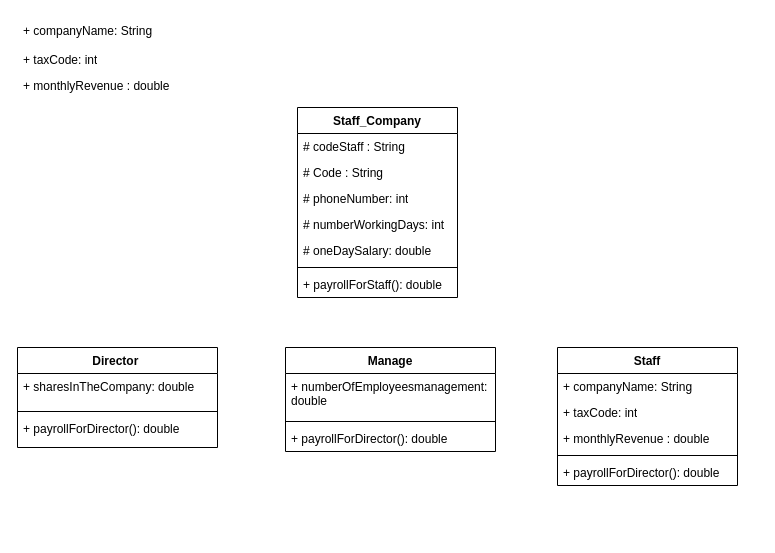
The draw.io diagram ly_thuyet/Untitled Diagram.drawio in dangphuc1902/java_cybersoft, before the edit. Source tidied: cells renumbered, new cells numbered last; positions are measured from the earlier drawing's top-left corner, leaving out a move shared by most shapes. Both pictures are drawn from the tidied source at 100%, with x=0, y=0 at pixel (17, 17).
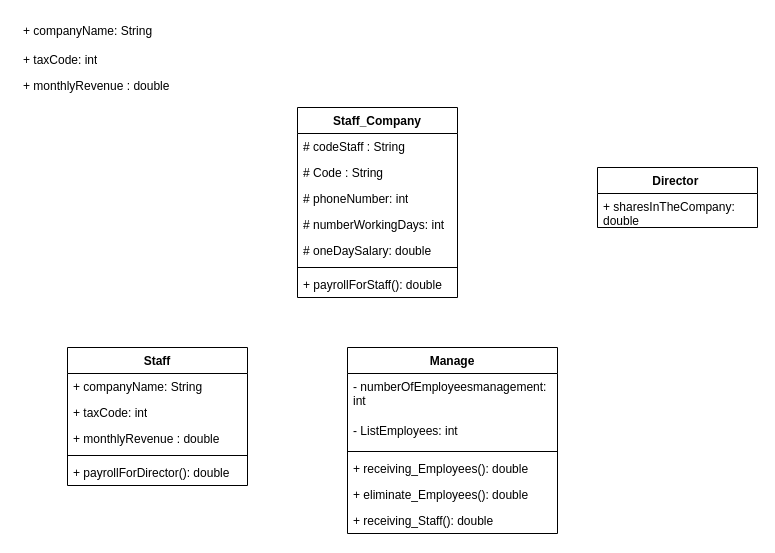
After the change.

Diff of the diagram source:
```diff
@@
     <mxCell id="10" value="Director&amp;nbsp;" style="swimlane;fontStyle=1;align=center;verticalAlign=top;horizontal=1;startSize=26;whiteSpace=wrap;html=1;" parent="1" vertex="1">
-      <mxGeometry y="330" width="200" height="100" as="geometry" />
+      <mxGeometry x="580" y="150" width="160" height="60" as="geometry" />
     </mxCell>
     <mxCell id="11" value="+ sharesInTheCompany: double" style="text;strokeColor=none;fillColor=none;align=left;verticalAlign=top;spacingLeft=4;spacingRight=4;overflow=hidden;whiteSpace=wrap;html=1;" parent="10" vertex="1">
-      <mxGeometry y="26" width="200" height="34" as="geometry" />
+      <mxGeometry y="26" width="160" height="34" as="geometry" />
     </mxCell>
-    <mxCell id="12" style="line;strokeWidth=1;fillColor=none;align=left;verticalAlign=middle;spacingTop=-1;spacingLeft=3;spacingRight=3;labelPosition=right;strokeColor=inherit;" parent="10" vertex="1">
-      <mxGeometry y="60" width="200" height="8" as="geometry" />
-    </mxCell>
-    <mxCell id="13" value="+ payrollForDirector(): double" style="text;strokeColor=none;fillColor=none;align=left;verticalAlign=top;spacingLeft=4;spacingRight=4;overflow=hidden;whiteSpace=wrap;html=1;" parent="10" vertex="1">
-      <mxGeometry y="68" width="200" height="32" as="geometry" />
-    </mxCell>
     <mxCell id="14" value="Manage&lt;br&gt;" style="swimlane;fontStyle=1;align=center;verticalAlign=top;horizontal=1;startSize=26;whiteSpace=wrap;html=1;" parent="1" vertex="1">
-      <mxGeometry x="268" y="330" width="210" height="104" as="geometry" />
+      <mxGeometry x="330" y="330" width="210" height="186" as="geometry" />
     </mxCell>
-    <mxCell id="15" value="+ numberOfEmployeesmanagement: double" style="text;strokeColor=none;fillColor=none;align=left;verticalAlign=top;spacingLeft=4;spacingRight=4;overflow=hidden;whiteSpace=wrap;html=1;" parent="14" vertex="1">
+    <mxCell id="15" value="- numberOfEmployeesmanagement: int" style="text;strokeColor=none;fillColor=none;align=left;verticalAlign=top;spacingLeft=4;spacingRight=4;overflow=hidden;whiteSpace=wrap;html=1;" parent="14" vertex="1">
       <mxGeometry y="26" width="210" height="44" as="geometry" />
     </mxCell>
+    <mxCell id="27" value="- ListEmployees: int" style="text;strokeColor=none;fillColor=none;align=left;verticalAlign=top;spacingLeft=4;spacingRight=4;overflow=hidden;whiteSpace=wrap;html=1;" parent="14" vertex="1">
+      <mxGeometry y="70" width="210" height="30" as="geometry" />
+    </mxCell>
     <mxCell id="16" style="line;strokeWidth=1;fillColor=none;align=left;verticalAlign=middle;spacingTop=-1;spacingLeft=3;spacingRight=3;labelPosition=right;strokeColor=inherit;" parent="14" vertex="1">
-      <mxGeometry y="70" width="210" height="8" as="geometry" />
+      <mxGeometry y="100" width="210" height="8" as="geometry" />
     </mxCell>
-    <mxCell id="17" value="+ payrollForDirector(): double" style="text;strokeColor=none;fillColor=none;align=left;verticalAlign=top;spacingLeft=4;spacingRight=4;overflow=hidden;whiteSpace=wrap;html=1;" parent="14" vertex="1">
-      <mxGeometry y="78" width="210" height="26" as="geometry" />
+    <mxCell id="17" value="+ receiving_Employees(): double" style="text;strokeColor=none;fillColor=none;align=left;verticalAlign=top;spacingLeft=4;spacingRight=4;overflow=hidden;whiteSpace=wrap;html=1;" parent="14" vertex="1">
+      <mxGeometry y="108" width="210" height="26" as="geometry" />
     </mxCell>
+    <mxCell id="28" value="+ eliminate_Employees(): double" style="text;strokeColor=none;fillColor=none;align=left;verticalAlign=top;spacingLeft=4;spacingRight=4;overflow=hidden;whiteSpace=wrap;html=1;" parent="14" vertex="1">
+      <mxGeometry y="134" width="210" height="26" as="geometry" />
+    </mxCell>
+    <mxCell id="29" value="+ receiving_Staff(): double" style="text;strokeColor=none;fillColor=none;align=left;verticalAlign=top;spacingLeft=4;spacingRight=4;overflow=hidden;whiteSpace=wrap;html=1;" parent="14" vertex="1">
+      <mxGeometry y="160" width="210" height="26" as="geometry" />
+    </mxCell>
     <mxCell id="18" value="Staff&lt;br&gt;" style="swimlane;fontStyle=1;align=center;verticalAlign=top;horizontal=1;startSize=26;whiteSpace=wrap;html=1;" parent="1" vertex="1">
-      <mxGeometry x="540" y="330" width="180" height="138" as="geometry" />
+      <mxGeometry x="50" y="330" width="180" height="138" as="geometry" />
     </mxCell>
```
